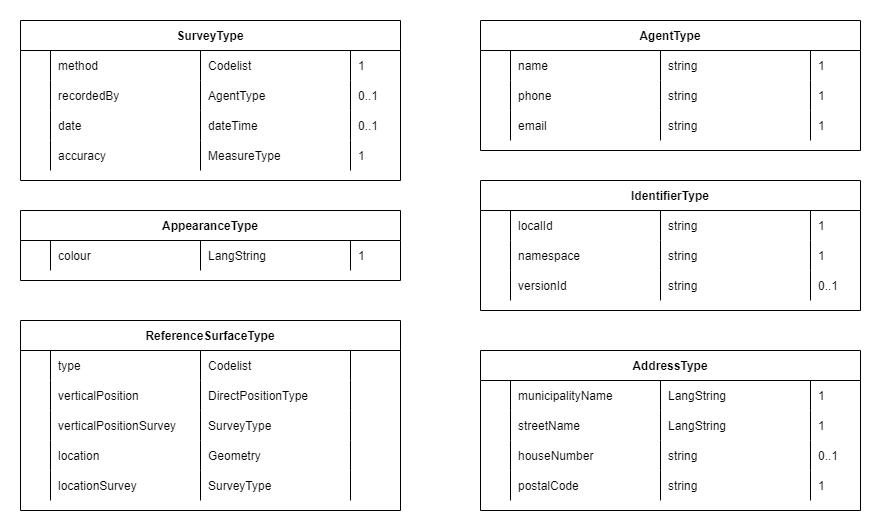
Before: implementation/Documentation/ERD/IMKL3 Types.png, a diagram exported from draw.io (belgif/ICEGthema-imkl). Source tidied: cells renumbered, new cells last; positions are measured from the earlier drawing's top-left corner, leaving out a move shared by most shapes.
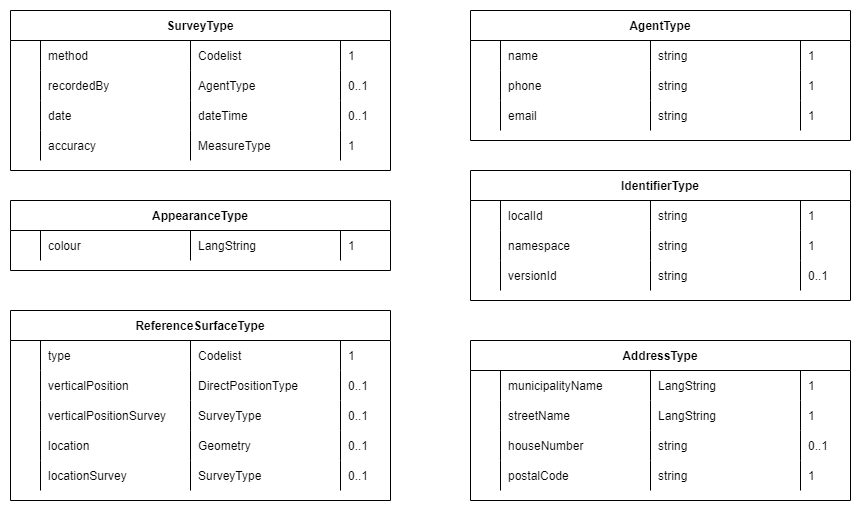
The same file after the commit.

The edit, as a diff of the source:
```diff
@@ -161,7 +161,7 @@
     <mxCell id="54" value="Codelist" style="shape=partialRectangle;fillColor=none;top=0;left=0;bottom=0;right=0;align=left;spacingLeft=6;overflow=hidden;" parent="51" vertex="1">
       <mxGeometry x="180" width="150" height="30" as="geometry" />
     </mxCell>
-    <mxCell id="55" style="shape=partialRectangle;fillColor=none;top=0;left=0;bottom=0;right=0;align=left;spacingLeft=6;overflow=hidden;" parent="51" vertex="1">
+    <mxCell id="55" value="1" style="shape=partialRectangle;fillColor=none;top=0;left=0;bottom=0;right=0;align=left;spacingLeft=6;overflow=hidden;" parent="51" vertex="1">
       <mxGeometry x="330" width="50" height="30" as="geometry" />
     </mxCell>
     <mxCell id="56" style="shape=tableRow;horizontal=0;startSize=0;swimlaneHead=0;swimlaneBody=0;fillColor=none;top=0;left=0;right=0;bottom=0;" parent="50" vertex="1">
@@ -176,7 +176,7 @@
     <mxCell id="59" value="DirectPositionType" style="shape=partialRectangle;fillColor=none;top=0;left=0;bottom=0;right=0;align=left;spacingLeft=6;overflow=hidden;" parent="56" vertex="1">
       <mxGeometry x="180" width="150" height="30" as="geometry" />
     </mxCell>
-    <mxCell id="60" style="shape=partialRectangle;fillColor=none;top=0;left=0;bottom=0;right=0;align=left;spacingLeft=6;overflow=hidden;" parent="56" vertex="1">
+    <mxCell id="60" value="0..1" style="shape=partialRectangle;fillColor=none;top=0;left=0;bottom=0;right=0;align=left;spacingLeft=6;overflow=hidden;" parent="56" vertex="1">
       <mxGeometry x="330" width="50" height="30" as="geometry" />
     </mxCell>
     <mxCell id="61" style="shape=tableRow;horizontal=0;startSize=0;swimlaneHead=0;swimlaneBody=0;fillColor=none;top=0;left=0;right=0;bottom=0;" parent="50" vertex="1">
@@ -191,7 +191,7 @@
     <mxCell id="64" value="SurveyType" style="shape=partialRectangle;fillColor=none;top=0;left=0;bottom=0;right=0;align=left;spacingLeft=6;overflow=hidden;" parent="61" vertex="1">
       <mxGeometry x="180" width="150" height="30" as="geometry" />
     </mxCell>
-    <mxCell id="65" style="shape=partialRectangle;fillColor=none;top=0;left=0;bottom=0;right=0;align=left;spacingLeft=6;overflow=hidden;" parent="61" vertex="1">
+    <mxCell id="65" value="0..1" style="shape=partialRectangle;fillColor=none;top=0;left=0;bottom=0;right=0;align=left;spacingLeft=6;overflow=hidden;" parent="61" vertex="1">
       <mxGeometry x="330" width="50" height="30" as="geometry" />
     </mxCell>
     <mxCell id="66" style="shape=tableRow;horizontal=0;startSize=0;swimlaneHead=0;swimlaneBody=0;fillColor=none;top=0;left=0;right=0;bottom=0;" parent="50" vertex="1">
@@ -206,7 +206,7 @@
     <mxCell id="69" value="Geometry" style="shape=partialRectangle;fillColor=none;top=0;left=0;bottom=0;right=0;align=left;spacingLeft=6;overflow=hidden;" parent="66" vertex="1">
       <mxGeometry x="180" width="150" height="30" as="geometry" />
     </mxCell>
-    <mxCell id="70" style="shape=partialRectangle;fillColor=none;top=0;left=0;bottom=0;right=0;align=left;spacingLeft=6;overflow=hidden;" parent="66" vertex="1">
+    <mxCell id="70" value="0..1" style="shape=partialRectangle;fillColor=none;top=0;left=0;bottom=0;right=0;align=left;spacingLeft=6;overflow=hidden;" parent="66" vertex="1">
       <mxGeometry x="330" width="50" height="30" as="geometry" />
     </mxCell>
     <mxCell id="71" style="shape=tableRow;horizontal=0;startSize=0;swimlaneHead=0;swimlaneBody=0;fillColor=none;top=0;left=0;right=0;bottom=0;" parent="50" vertex="1">
@@ -221,7 +221,7 @@
     <mxCell id="74" value="SurveyType" style="shape=partialRectangle;fillColor=none;top=0;left=0;bottom=0;right=0;align=left;spacingLeft=6;overflow=hidden;" parent="71" vertex="1">
       <mxGeometry x="180" width="150" height="30" as="geometry" />
     </mxCell>
-    <mxCell id="75" style="shape=partialRectangle;fillColor=none;top=0;left=0;bottom=0;right=0;align=left;spacingLeft=6;overflow=hidden;" parent="71" vertex="1">
+    <mxCell id="75" value="0..1" style="shape=partialRectangle;fillColor=none;top=0;left=0;bottom=0;right=0;align=left;spacingLeft=6;overflow=hidden;" parent="71" vertex="1">
       <mxGeometry x="330" width="50" height="30" as="geometry" />
     </mxCell>
     <mxCell id="76" value="AgentType" style="shape=table;startSize=30;rowLines=0;fontStyle=1;align=center;" parent="1" vertex="1">
```
